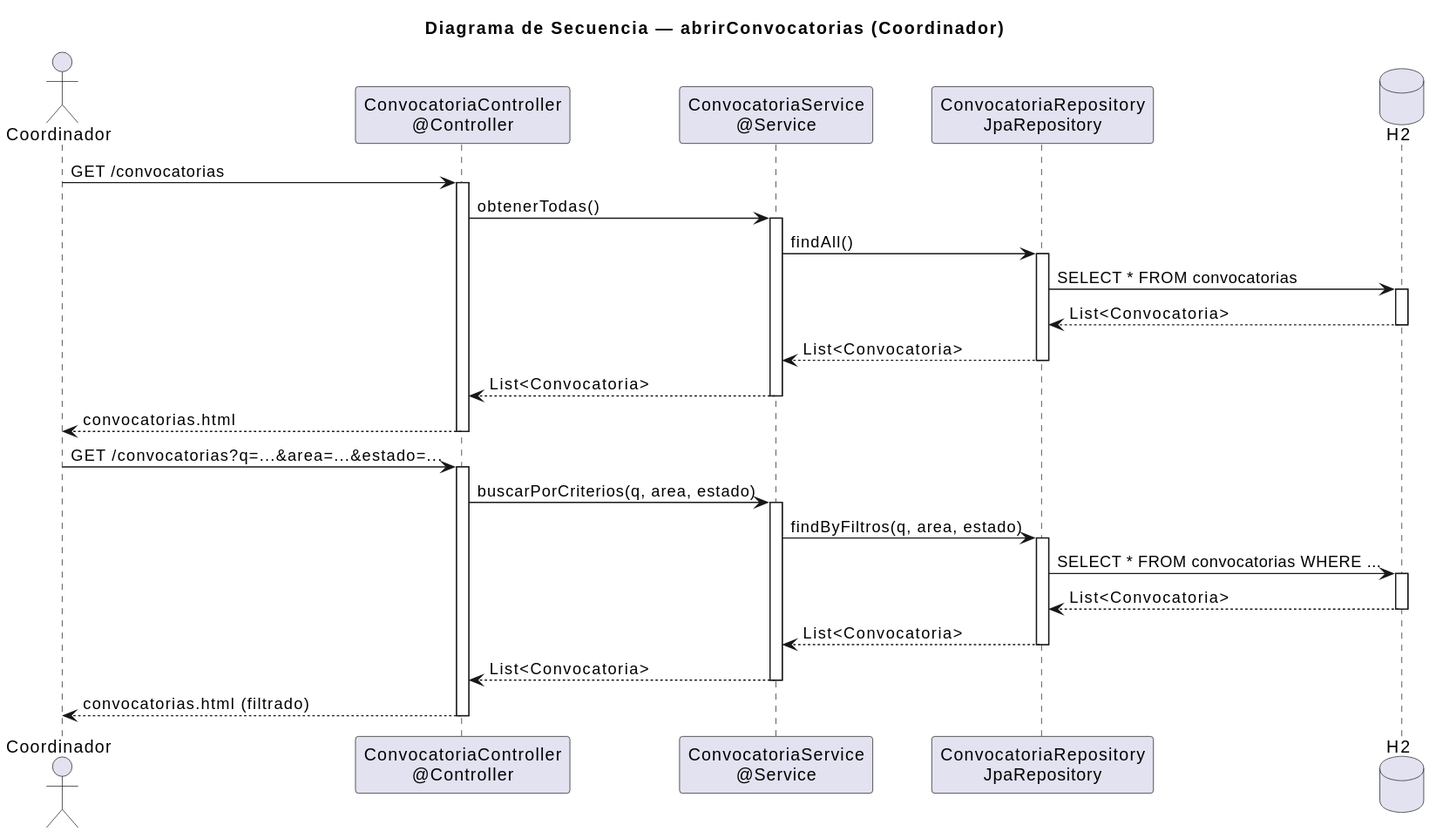
Above: images/diseño/coordinador/abrirConvocatorias.svg in 31Diego/25-26-idsw2-sdVC (PlantUML), before the change.
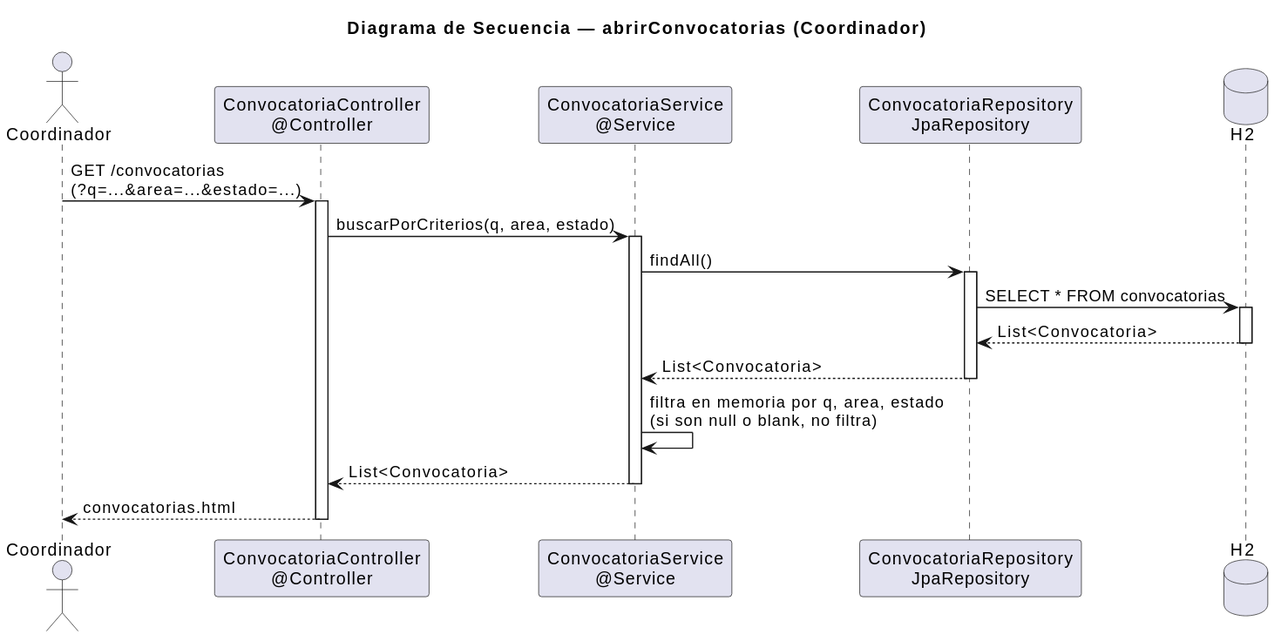
The same file after the commit.

The edit, as a diff of the source:
```diff
@@ -7,9 +7,9 @@
 participant "ConvocatoriaRepository\nJpaRepository" as Repo
 database "H2" as DB
 
-User -> Controller: GET /convocatorias
+User -> Controller: GET /convocatorias\n(?q=...&area=...&estado=...)
 activate Controller
-Controller -> Service: obtenerTodas()
+Controller -> Service: buscarPorCriterios(q, area, estado)
 activate Service
 Service -> Repo: findAll()
 activate Repo
@@ -19,25 +19,9 @@
 deactivate DB
 Repo --> Service: List<Convocatoria>
 deactivate Repo
+Service -> Service: filtra en memoria por q, area, estado\n(si son null o blank, no filtra)
 Service --> Controller: List<Convocatoria>
 deactivate Service
 Controller --> User: convocatorias.html
 deactivate Controller
-
-User -> Controller: GET /convocatorias?q=...&area=...&estado=...
-activate Controller
-Controller -> Service: buscarPorCriterios(q, area, estado)
-activate Service
-Service -> Repo: findByFiltros(q, area, estado)
-activate Repo
-Repo -> DB: SELECT * FROM convocatorias WHERE ...
-activate DB
-DB --> Repo: List<Convocatoria>
-deactivate DB
-Repo --> Service: List<Convocatoria>
-deactivate Repo
-Service --> Controller: List<Convocatoria>
-deactivate Service
-Controller --> User: convocatorias.html (filtrado)
-deactivate Controller
 @enduml
```
